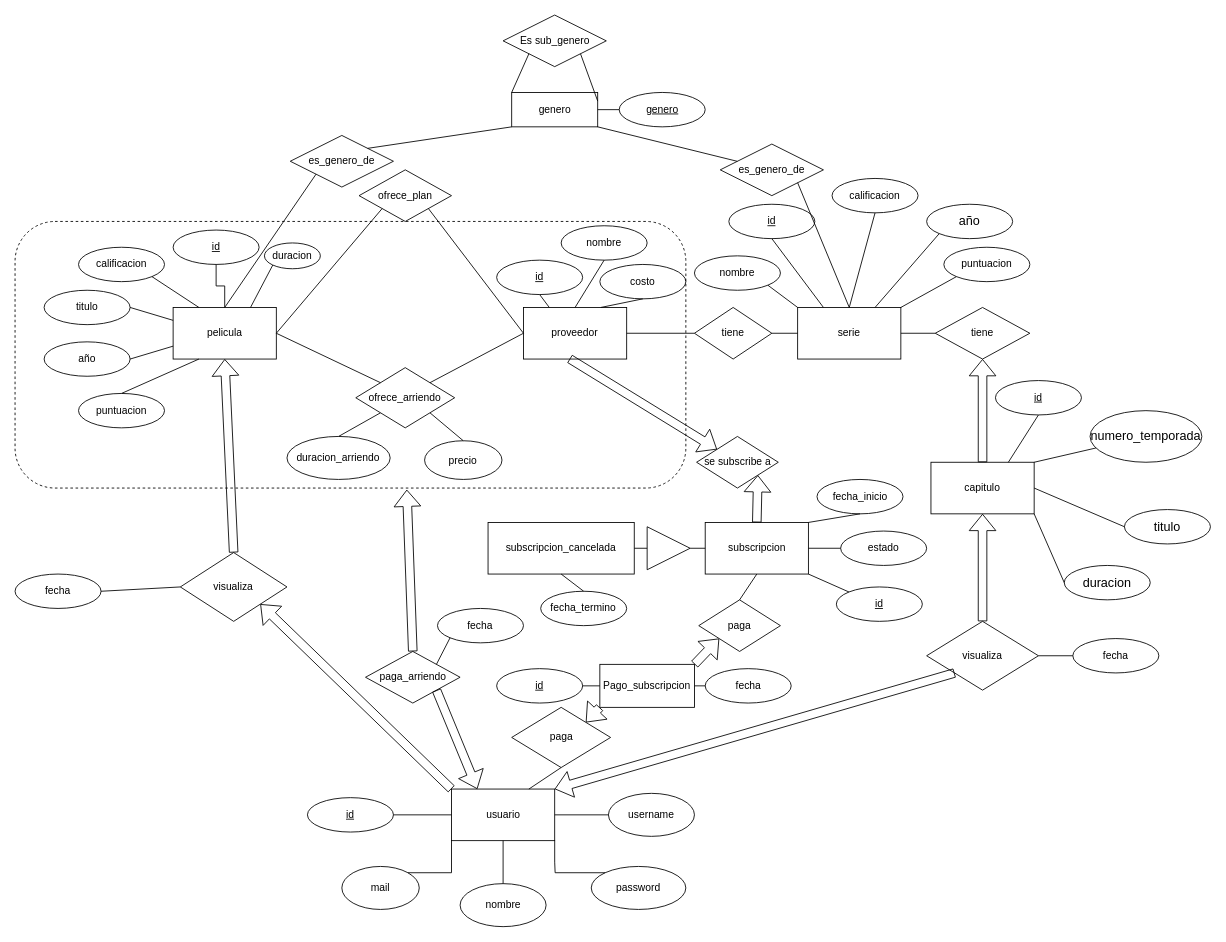
This is Entrega_2/diagrama.drawio from Diegothx/bdd-125, a draw.io file, before an edit. Source tidied: cells renumbered, new cells numbered last; positions are measured from the earlier drawing's top-left corner, leaving out a move shared by most shapes. Both pictures are drawn from the tidied source at 86%, with x=0, y=0 at pixel (15, 15).
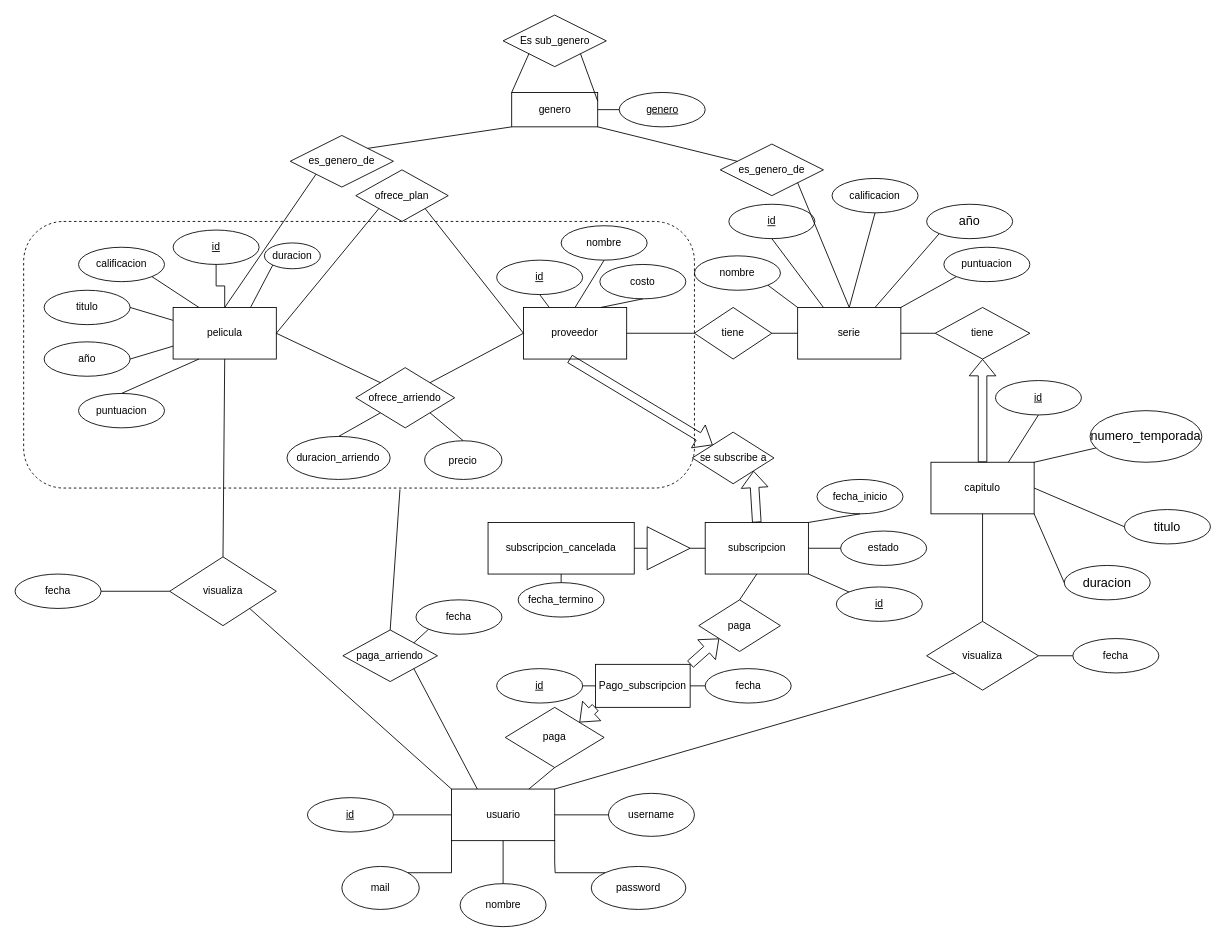
The same page after the edit.

Commit message:
arreglo multiplicidades

Unchanged cells that the change refers to:
```xml
<mxCell id="2" value="usuario" style="rounded=0;whiteSpace=wrap;html=1;" parent="1" vertex="1">
  <mxGeometry x="507.5" y="900" width="120" height="60" as="geometry" />
</mxCell>
<mxCell id="5" value="pelicula" style="rounded=0;whiteSpace=wrap;html=1;" parent="1" vertex="1">
  <mxGeometry x="183.8" y="340" width="120" height="60" as="geometry" />
</mxCell>
<mxCell id="58" value="capitulo" style="whiteSpace=wrap;html=1;align=center;" parent="1" vertex="1">
  <mxGeometry x="1065" y="520" width="120" height="60" as="geometry" />
</mxCell>
<mxCell id="59" value="tiene" style="shape=rhombus;perimeter=rhombusPerimeter;whiteSpace=wrap;html=1;align=center;" parent="1" vertex="1">
  <mxGeometry x="1070" y="340" width="110" height="60" as="geometry" />
</mxCell>
<mxCell id="112" value="&lt;span&gt;visualiza&lt;/span&gt;" style="rhombus;whiteSpace=wrap;html=1;fillColor=default;" parent="1" vertex="1">
  <mxGeometry x="1060" y="705" width="130" height="80" as="geometry" />
</mxCell>
```

Change to the diagram source:
```diff
@@
     <mxCell id="14" value="ofrece_plan" style="shape=rhombus;perimeter=rhombusPerimeter;whiteSpace=wrap;html=1;align=center;" parent="1" vertex="1">
-      <mxGeometry x="400" y="180" width="107.5" height="60" as="geometry" />
+      <mxGeometry x="396.2" y="180" width="107.5" height="60" as="geometry" />
     </mxCell>
@@
     <mxCell id="20" value="paga" style="shape=rhombus;perimeter=rhombusPerimeter;whiteSpace=wrap;html=1;align=center;" parent="1" vertex="1">
-      <mxGeometry x="577.5" y="805" width="115" height="70" as="geometry" />
+      <mxGeometry x="570" y="805" width="115" height="70" as="geometry" />
     </mxCell>
@@
     <mxCell id="57" value="paga_arriendo" style="rhombus;whiteSpace=wrap;html=1;" parent="1" vertex="1">
-      <mxGeometry x="407.5" y="740" width="110" height="60" as="geometry" />
+      <mxGeometry x="381.2" y="715" width="110" height="60" as="geometry" />
     </mxCell>
@@
     <mxCell id="85" value="se subscribe a" style="shape=rhombus;perimeter=rhombusPerimeter;whiteSpace=wrap;html=1;align=center;" parent="1" vertex="1">
-      <mxGeometry x="792.5" y="490" width="95" height="60" as="geometry" />
+      <mxGeometry x="787.5" y="485" width="95" height="60" as="geometry" />
     </mxCell>
@@
     <mxCell id="88" value="fecha_termino" style="ellipse;whiteSpace=wrap;html=1;align=center;" parent="1" vertex="1">
-      <mxGeometry x="611.2" y="670" width="100" height="40" as="geometry" />
+      <mxGeometry x="585" y="660" width="100" height="40" as="geometry" />
     </mxCell>
@@
     <mxCell id="93" value="Pago_subscripcion" style="whiteSpace=wrap;html=1;align=center;" parent="1" vertex="1">
-      <mxGeometry x="680" y="755" width="110" height="50" as="geometry" />
+      <mxGeometry x="675" y="755" width="110" height="50" as="geometry" />
     </mxCell>
-    <mxCell id="94" style="shape=flexArrow;endArrow=classic;html=1;rounded=0;entryX=0.25;entryY=0;entryDx=0;entryDy=0;exitX=1;exitY=1;exitDx=0;exitDy=0;" parent="1" edge="1" source="57" target="2">
-      <mxGeometry relative="1" as="geometry" />
-    </mxCell>
@@
     <mxCell id="97" style="rounded=1;whiteSpace=wrap;html=1;dashed=1;fillColor=none;" parent="1" vertex="1">
-      <mxGeometry y="240" width="780" height="310" as="geometry" />
+      <mxGeometry x="10" y="240" width="780" height="310" as="geometry" />
     </mxCell>
-    <mxCell id="98" style="shape=flexArrow;endArrow=classic;html=1;rounded=0;exitX=0.5;exitY=0;exitDx=0;exitDy=0;entryX=0.584;entryY=1.006;entryDx=0;entryDy=0;entryPerimeter=0;" parent="1" edge="1" source="57" target="97">
-      <mxGeometry relative="1" as="geometry" />
-    </mxCell>
     <mxCell id="99" value="fecha" style="ellipse;whiteSpace=wrap;html=1;align=center;fillColor=default;" parent="1" vertex="1">
-      <mxGeometry x="491.2" y="690" width="100" height="40" as="geometry" />
+      <mxGeometry x="466.2" y="680" width="100" height="40" as="geometry" />
     </mxCell>
@@
     <mxCell id="111" value="visualiza" style="rhombus;whiteSpace=wrap;html=1;fillColor=default;" parent="1" vertex="1">
-      <mxGeometry x="192.2" y="625" width="124" height="80" as="geometry" />
+      <mxGeometry x="179.8" y="630" width="124" height="80" as="geometry" />
     </mxCell>
@@
-    <mxCell id="115" style="shape=flexArrow;endArrow=classic;html=1;rounded=0;entryX=0.5;entryY=1;entryDx=0;entryDy=0;exitX=0.5;exitY=0;exitDx=0;exitDy=0;" parent="1" edge="1" source="112" target="58">
-      <mxGeometry relative="1" as="geometry" />
-    </mxCell>
-    <mxCell id="116" style="shape=flexArrow;endArrow=classic;html=1;rounded=0;entryX=1;entryY=0;entryDx=0;entryDy=0;exitX=0;exitY=1;exitDx=0;exitDy=0;" parent="1" edge="1" source="112" target="2">
-      <mxGeometry relative="1" as="geometry" />
-    </mxCell>
@@
-    <mxCell id="121" style="shape=flexArrow;endArrow=classic;html=1;rounded=0;exitX=0;exitY=0;exitDx=0;exitDy=0;entryX=1;entryY=1;entryDx=0;entryDy=0;" parent="1" edge="1" source="2" target="111">
-      <mxGeometry relative="1" as="geometry" />
-    </mxCell>
+    <mxCell id="123" style="shape=flexArrow;endArrow=classic;html=1;rounded=0;exitX=0.5;exitY=0;exitDx=0;exitDy=0;entryX=0.5;entryY=1;entryDx=0;entryDy=0;" parent="1" edge="1" source="58" target="59">
+      <mxGeometry relative="1" as="geometry" />
+    </mxCell>
+    <mxCell id="124" style="endArrow=none;html=1;rounded=0;exitX=1;exitY=0;exitDx=0;exitDy=0;entryX=0;entryY=1;entryDx=0;entryDy=0;" parent="1" edge="1" source="2" target="112">
+      <mxGeometry relative="1" as="geometry" />
+    </mxCell>
+    <mxCell id="125" style="endArrow=none;html=1;rounded=0;exitX=0.5;exitY=1;exitDx=0;exitDy=0;entryX=0.5;entryY=0;entryDx=0;entryDy=0;" parent="1" edge="1" source="58" target="112">
+      <mxGeometry relative="1" as="geometry" />
+    </mxCell>
+    <mxCell id="94" style="endArrow=none;html=1;rounded=0;exitX=1;exitY=1;exitDx=0;exitDy=0;entryX=0.25;entryY=0;entryDx=0;entryDy=0;" parent="1" edge="1" source="57" target="2">
+      <mxGeometry relative="1" as="geometry" />
+    </mxCell>
+    <mxCell id="126" style="endArrow=none;html=1;rounded=0;exitX=0.561;exitY=1.005;exitDx=0;exitDy=0;exitPerimeter=0;entryX=0.5;entryY=0;entryDx=0;entryDy=0;" parent="1" edge="1" source="97" target="57">
+      <mxGeometry relative="1" as="geometry" />
+    </mxCell>
+    <mxCell id="127" style="endArrow=none;html=1;rounded=0;entryX=0;entryY=0;entryDx=0;entryDy=0;exitX=1;exitY=1;exitDx=0;exitDy=0;" parent="1" edge="1" source="111" target="2">
+      <mxGeometry relative="1" as="geometry" />
+    </mxCell>
-    <mxCell id="122" style="shape=flexArrow;endArrow=classic;html=1;rounded=0;exitX=0.5;exitY=0;exitDx=0;exitDy=0;entryX=0.5;entryY=1;entryDx=0;entryDy=0;" parent="1" edge="1" source="111" target="5">
+    <mxCell id="122" style="endArrow=none;html=1;rounded=0;exitX=0.5;exitY=0;exitDx=0;exitDy=0;entryX=0.5;entryY=1;entryDx=0;entryDy=0;" parent="1" edge="1" source="111" target="5">
       <mxGeometry relative="1" as="geometry" />
     </mxCell>
-    <mxCell id="123" style="shape=flexArrow;endArrow=classic;html=1;rounded=0;exitX=0.5;exitY=0;exitDx=0;exitDy=0;entryX=0.5;entryY=1;entryDx=0;entryDy=0;" parent="1" edge="1" source="58" target="59">
-      <mxGeometry relative="1" as="geometry" />
-    </mxCell>
```
